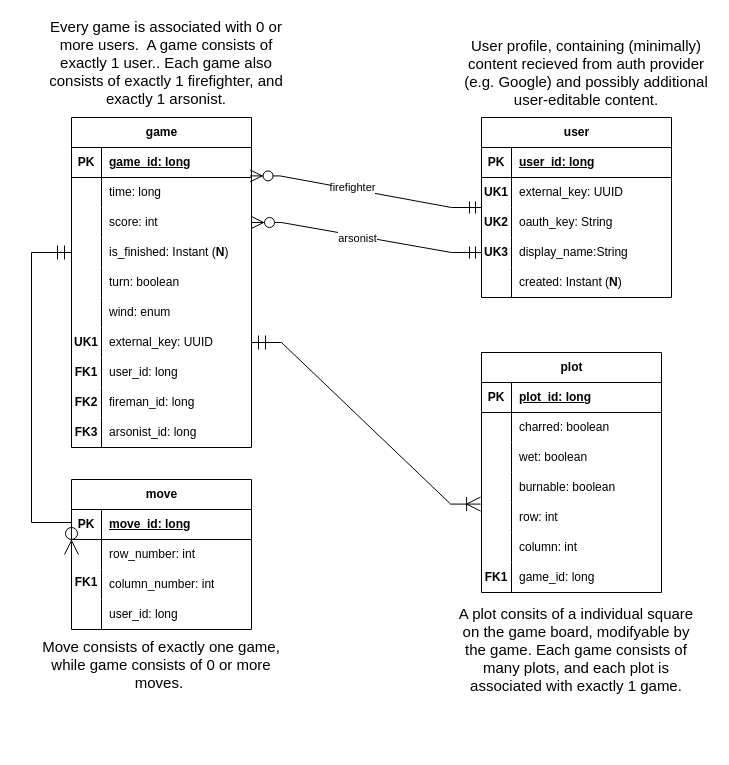
Earlier version of the draw.io diagram docs/work/fireman-server-erd.drawio (ddc-java-19/fireman). Source tidied: cells renumbered, new cells numbered last; positions are measured from the earlier drawing's top-left corner, leaving out a move shared by most shapes. Both pictures are drawn from the tidied source at 100%, with x=0, y=0 at pixel (31, 17).
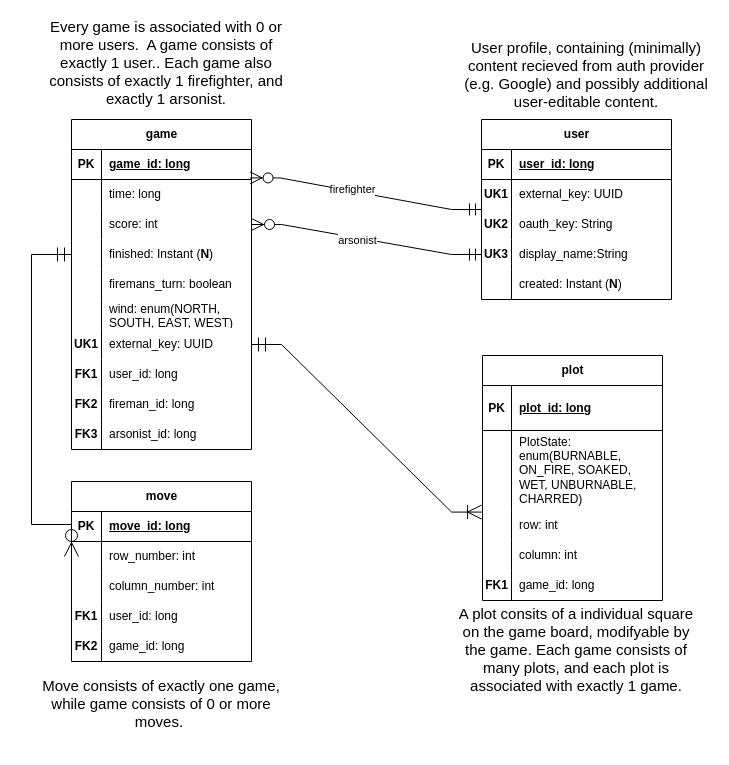
The same page after the edit.

Unchanged cells that the change refers to:
```xml
<mxCell id="29" style="shape=tableRow;horizontal=0;startSize=0;swimlaneHead=0;swimlaneBody=0;fillColor=none;points=[[0,0.5],[1,0.5]];portConstraint=eastwest;top=0;left=0;right=0;bottom=0;" parent="19" vertex="1">
  <mxGeometry y="120" width="180" height="30" as="geometry" />
</mxCell>
<mxCell id="32" style="shape=tableRow;horizontal=0;startSize=0;swimlaneHead=0;swimlaneBody=0;fillColor=none;top=0;left=0;right=0;bottom=0;" parent="19" vertex="1">
  <mxGeometry y="150" width="180" height="30" as="geometry" />
</mxCell>
<mxCell id="35" style="shape=tableRow;horizontal=0;startSize=0;swimlaneHead=0;swimlaneBody=0;fillColor=none;top=0;left=0;right=0;bottom=0;" parent="19" vertex="1">
  <mxGeometry y="180" width="180" height="30" as="geometry" />
</mxCell>
<mxCell id="82" style="shape=tableRow;horizontal=0;startSize=0;swimlaneHead=0;swimlaneBody=0;fillColor=none;top=0;left=0;right=0;bottom=0;" parent="72" vertex="1">
  <mxGeometry y="120" width="180" height="30" as="geometry" />
</mxCell>
```

The edit, as a diff of the source:
```diff
@@
     <mxCell id="2" style="group;" parent="1" vertex="1">
-      <mxGeometry y="100" width="680" height="530" as="geometry" />
+      <mxGeometry y="102" width="680" height="530" as="geometry" />
     </mxCell>
@@
-    <mxCell id="31" value="is_finished: Instant (&lt;b&gt;N&lt;/b&gt;)" style="shape=partialRectangle;fillColor=none;top=0;left=0;bottom=0;right=0;align=left;spacingLeft=6;overflow=hidden;whiteSpace=wrap;html=1;" parent="29" vertex="1">
+    <mxCell id="31" value="finished: Instant (&lt;b&gt;N&lt;/b&gt;)" style="shape=partialRectangle;fillColor=none;top=0;left=0;bottom=0;right=0;align=left;spacingLeft=6;overflow=hidden;whiteSpace=wrap;html=1;" parent="29" vertex="1">
       <mxGeometry x="30" width="150" height="30" as="geometry" />
     </mxCell>
@@
-    <mxCell id="34" value="turn: boolean" style="shape=partialRectangle;fillColor=none;top=0;left=0;bottom=0;right=0;align=left;spacingLeft=6;overflow=hidden;whiteSpace=wrap;html=1;" parent="32" vertex="1">
+    <mxCell id="34" value="firemans_turn: boolean" style="shape=partialRectangle;fillColor=none;top=0;left=0;bottom=0;right=0;align=left;spacingLeft=6;overflow=hidden;whiteSpace=wrap;html=1;" parent="32" vertex="1">
       <mxGeometry x="30" width="150" height="30" as="geometry" />
     </mxCell>
@@
-    <mxCell id="37" value="wind: enum" style="shape=partialRectangle;fillColor=none;top=0;left=0;bottom=0;right=0;align=left;spacingLeft=6;overflow=hidden;whiteSpace=wrap;html=1;" parent="35" vertex="1">
+    <mxCell id="37" value="wind: enum(NORTH, SOUTH, EAST, WEST)" style="shape=partialRectangle;fillColor=none;top=0;left=0;bottom=0;right=0;align=left;spacingLeft=6;overflow=hidden;whiteSpace=wrap;html=1;" parent="35" vertex="1">
       <mxGeometry x="30" width="150" height="30" as="geometry" />
     </mxCell>
@@
     <mxCell id="50" value="plot" style="shape=table;startSize=30;childLayout=tableLayout;rowLines=0;fontStyle=1;align=center;html=1;" parent="2" vertex="1">
-      <mxGeometry x="450" y="235" width="180" height="240" as="geometry" />
+      <mxGeometry x="451" y="236" width="180" height="245" as="geometry" />
     </mxCell>
     <mxCell id="51" style="shape=tableRow;horizontal=0;startSize=0;swimlaneHead=0;swimlaneBody=0;fillColor=none;top=0;left=0;right=0;bottom=1;" parent="50" vertex="1">
-      <mxGeometry y="30" width="180" height="30" as="geometry" />
+      <mxGeometry y="30" width="180" height="45" as="geometry" />
     </mxCell>
     <mxCell id="52" value="PK" style="shape=partialRectangle;fillColor=none;top=0;left=0;bottom=0;right=0;fontStyle=1;overflow=hidden;whiteSpace=wrap;html=1;" parent="51" vertex="1">
-      <mxGeometry width="30" height="30" as="geometry" />
+      <mxGeometry width="29" height="45" as="geometry" />
     </mxCell>
     <mxCell id="53" value="plot_id: long" style="shape=partialRectangle;fillColor=none;top=0;left=0;bottom=0;right=0;align=left;spacingLeft=6;fontStyle=5;overflow=hidden;whiteSpace=wrap;html=1;" parent="51" vertex="1">
-      <mxGeometry x="30" width="150" height="30" as="geometry" />
+      <mxGeometry x="29" width="151" height="45" as="geometry" />
     </mxCell>
     <mxCell id="54" style="shape=tableRow;horizontal=0;startSize=0;swimlaneHead=0;swimlaneBody=0;fillColor=none;top=0;left=0;right=0;bottom=0;" parent="50" vertex="1">
-      <mxGeometry y="60" width="180" height="30" as="geometry" />
+      <mxGeometry y="75" width="180" height="80" as="geometry" />
     </mxCell>
     <mxCell id="55" style="shape=partialRectangle;fillColor=none;top=0;left=0;bottom=0;right=0;overflow=hidden;whiteSpace=wrap;html=1;" parent="54" vertex="1">
-      <mxGeometry width="30" height="30" as="geometry" />
+      <mxGeometry width="29" height="80" as="geometry" />
     </mxCell>
-    <mxCell id="56" value="charred: boolean" style="shape=partialRectangle;fillColor=none;top=0;left=0;bottom=0;right=0;align=left;spacingLeft=6;overflow=hidden;whiteSpace=wrap;html=1;" parent="54" vertex="1">
-      <mxGeometry x="30" width="150" height="30" as="geometry" />
+    <mxCell id="56" value="PlotState: enum(BURNABLE, ON_FIRE, SOAKED, WET, UNBURNABLE, CHARRED)" style="shape=partialRectangle;fillColor=none;top=0;left=0;bottom=0;right=0;align=left;spacingLeft=6;overflow=hidden;whiteSpace=wrap;html=1;" parent="54" vertex="1">
+      <mxGeometry x="29" width="151" height="80" as="geometry" />
     </mxCell>
-    <mxCell id="57" style="shape=tableRow;horizontal=0;startSize=0;swimlaneHead=0;swimlaneBody=0;fillColor=none;top=0;left=0;right=0;bottom=0;" parent="50" vertex="1">
-      <mxGeometry y="90" width="180" height="30" as="geometry" />
-    </mxCell>
-    <mxCell id="58" style="shape=partialRectangle;fillColor=none;top=0;left=0;bottom=0;right=0;overflow=hidden;whiteSpace=wrap;html=1;" parent="57" vertex="1">
-      <mxGeometry width="30" height="30" as="geometry" />
-    </mxCell>
-    <mxCell id="59" value="wet: boolean" style="shape=partialRectangle;fillColor=none;top=0;left=0;bottom=0;right=0;align=left;spacingLeft=6;overflow=hidden;whiteSpace=wrap;html=1;" parent="57" vertex="1">
-      <mxGeometry x="30" width="150" height="30" as="geometry" />
-    </mxCell>
-    <mxCell id="60" style="shape=tableRow;horizontal=0;startSize=0;swimlaneHead=0;swimlaneBody=0;fillColor=none;top=0;left=0;right=0;bottom=0;" parent="50" vertex="1">
-      <mxGeometry y="120" width="180" height="30" as="geometry" />
-    </mxCell>
-    <mxCell id="61" style="shape=partialRectangle;fillColor=none;top=0;left=0;bottom=0;right=0;overflow=hidden;whiteSpace=wrap;html=1;" parent="60" vertex="1">
-      <mxGeometry width="30" height="30" as="geometry" />
-    </mxCell>
-    <mxCell id="62" value="burnable: boolean" style="shape=partialRectangle;fillColor=none;top=0;left=0;bottom=0;right=0;align=left;spacingLeft=6;overflow=hidden;whiteSpace=wrap;html=1;" parent="60" vertex="1">
-      <mxGeometry x="30" width="150" height="30" as="geometry" />
-    </mxCell>
     <mxCell id="63" style="shape=tableRow;horizontal=0;startSize=0;swimlaneHead=0;swimlaneBody=0;fillColor=none;points=[[0,0.5],[1,0.5]];portConstraint=eastwest;top=0;left=0;right=0;bottom=0;" parent="50" vertex="1">
-      <mxGeometry y="150" width="180" height="30" as="geometry" />
+      <mxGeometry y="155" width="180" height="30" as="geometry" />
     </mxCell>
     <mxCell id="64" style="shape=partialRectangle;fillColor=none;top=0;left=0;bottom=0;right=0;overflow=hidden;whiteSpace=wrap;html=1;" parent="63" vertex="1">
-      <mxGeometry width="30" height="30" as="geometry" />
+      <mxGeometry width="29" height="30" as="geometry" />
     </mxCell>
     <mxCell id="65" value="row: int" style="shape=partialRectangle;fillColor=none;top=0;left=0;bottom=0;right=0;align=left;spacingLeft=6;overflow=hidden;whiteSpace=wrap;html=1;" parent="63" vertex="1">
-      <mxGeometry x="30" width="150" height="30" as="geometry" />
+      <mxGeometry x="29" width="151" height="30" as="geometry" />
     </mxCell>
     <mxCell id="66" style="shape=tableRow;horizontal=0;startSize=0;swimlaneHead=0;swimlaneBody=0;fillColor=none;top=0;left=0;right=0;bottom=0;" parent="50" vertex="1">
-      <mxGeometry y="180" width="180" height="30" as="geometry" />
+      <mxGeometry y="185" width="180" height="30" as="geometry" />
     </mxCell>
     <mxCell id="67" style="shape=partialRectangle;fillColor=none;top=0;left=0;bottom=0;right=0;overflow=hidden;whiteSpace=wrap;html=1;" parent="66" vertex="1">
-      <mxGeometry width="30" height="30" as="geometry" />
+      <mxGeometry width="29" height="30" as="geometry" />
     </mxCell>
     <mxCell id="68" value="column: int" style="shape=partialRectangle;fillColor=none;top=0;left=0;bottom=0;right=0;align=left;spacingLeft=6;overflow=hidden;whiteSpace=wrap;html=1;" parent="66" vertex="1">
-      <mxGeometry x="30" width="150" height="30" as="geometry" />
+      <mxGeometry x="29" width="151" height="30" as="geometry" />
     </mxCell>
     <mxCell id="69" style="shape=tableRow;horizontal=0;startSize=0;swimlaneHead=0;swimlaneBody=0;fillColor=none;top=0;left=0;right=0;bottom=0;" parent="50" vertex="1">
-      <mxGeometry y="210" width="180" height="30" as="geometry" />
+      <mxGeometry y="215" width="180" height="30" as="geometry" />
     </mxCell>
     <mxCell id="70" value="&lt;b&gt;FK1&lt;/b&gt;" style="shape=partialRectangle;fillColor=none;top=0;left=0;bottom=0;right=0;overflow=hidden;whiteSpace=wrap;html=1;" parent="69" vertex="1">
-      <mxGeometry width="30" height="30" as="geometry" />
+      <mxGeometry width="29" height="30" as="geometry" />
     </mxCell>
     <mxCell id="71" value="game_id: long" style="shape=partialRectangle;fillColor=none;top=0;left=0;bottom=0;right=0;align=left;spacingLeft=6;overflow=hidden;whiteSpace=wrap;html=1;" parent="69" vertex="1">
-      <mxGeometry x="30" width="150" height="30" as="geometry" />
+      <mxGeometry x="29" width="151" height="30" as="geometry" />
     </mxCell>
     <mxCell id="72" value="move" style="shape=table;startSize=30;childLayout=tableLayout;rowLines=0;fontStyle=1;align=center;html=1;" parent="2" vertex="1">
-      <mxGeometry x="40" y="362" width="180" height="150" as="geometry" />
+      <mxGeometry x="40" y="362" width="180" height="180" as="geometry" />
     </mxCell>
@@
-    <mxCell id="83" style="shape=partialRectangle;fillColor=none;top=0;left=0;bottom=0;right=0;overflow=hidden;whiteSpace=wrap;html=1;" parent="82" vertex="1">
+    <mxCell id="83" value="&lt;b&gt;FK1&lt;/b&gt;" style="shape=partialRectangle;fillColor=none;top=0;left=0;bottom=0;right=0;overflow=hidden;whiteSpace=wrap;html=1;" parent="82" vertex="1">
       <mxGeometry width="30" height="30" as="geometry" />
     </mxCell>
@@
+    <mxCell id="96" style="shape=tableRow;horizontal=0;startSize=0;swimlaneHead=0;swimlaneBody=0;fillColor=none;top=0;left=0;right=0;bottom=0;" parent="72" vertex="1">
+      <mxGeometry y="150" width="180" height="30" as="geometry" />
+    </mxCell>
+    <mxCell id="97" value="&lt;b&gt;FK2&lt;/b&gt;" style="shape=partialRectangle;fillColor=none;top=0;left=0;bottom=0;right=0;overflow=hidden;whiteSpace=wrap;html=1;" parent="96" vertex="1">
+      <mxGeometry width="30" height="30" as="geometry" />
+    </mxCell>
+    <mxCell id="98" value="game_id: long" style="shape=partialRectangle;fillColor=none;top=0;left=0;bottom=0;right=0;align=left;spacingLeft=6;overflow=hidden;whiteSpace=wrap;html=1;" parent="96" vertex="1">
+      <mxGeometry x="30" width="150" height="30" as="geometry" />
+    </mxCell>
-    <mxCell id="85" value="&lt;b&gt;FK1&lt;/b&gt;" style="shape=partialRectangle;fillColor=none;top=0;left=0;bottom=0;right=0;overflow=hidden;whiteSpace=wrap;html=1;" parent="2" vertex="1">
+    <mxCell id="85" style="shape=partialRectangle;fillColor=none;top=0;left=0;bottom=0;right=0;overflow=hidden;whiteSpace=wrap;html=1;" parent="2" vertex="1">
       <mxGeometry x="40" y="450" width="30" height="30" as="geometry" />
     </mxCell>
@@
     <mxCell id="93" value="&lt;span style=&quot;font-size: 15px;&quot;&gt;Move consists of exactly one game, while game consists of 0 or more moves.&amp;nbsp;&lt;/span&gt;" style="whiteSpace=wrap;html=1;fillColor=none;strokeColor=none;" parent="2" vertex="1">
-      <mxGeometry x="5" y="502" width="250" height="90" as="geometry" />
+      <mxGeometry x="5" y="539" width="250" height="90" as="geometry" />
     </mxCell>
```
